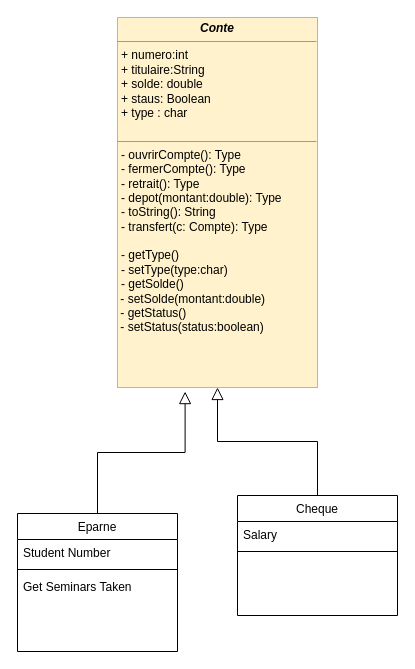
LuisCODS/Banque_Java keeps this draw.io diagram as DEPOT/UML_Banque_Java.drawio. Above is the earlier version. Source tidied: cells renumbered, new cells numbered last; positions are measured from the earlier drawing's top-left corner, leaving out a move shared by most shapes. Both pictures are drawn from the tidied source at 100%, with x=0, y=0 at pixel (17, 17).
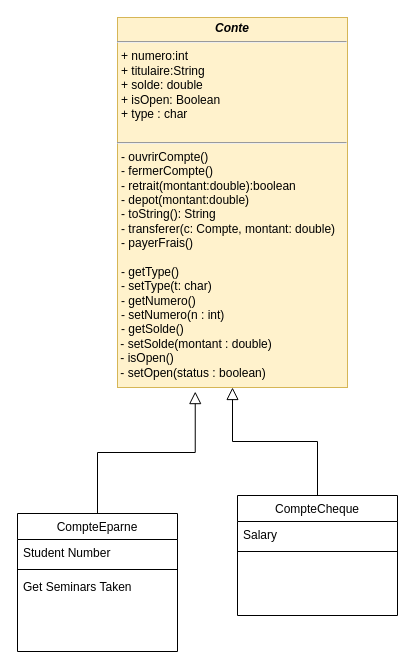
After the change.

Change to the diagram source:
```diff
@@
 <mxGraphModel>
   <root>
     <mxCell id="0" />
     <mxCell id="1" parent="0" />
-    <mxCell id="2" value="Eparne" style="swimlane;fontStyle=0;align=center;verticalAlign=top;horizontal=1;startSize=26;rounded=0;shadow=0;strokeWidth=1;" parent="1" vertex="1">
+    <mxCell id="2" value="CompteEparne" style="swimlane;fontStyle=0;align=center;verticalAlign=top;horizontal=1;startSize=26;rounded=0;shadow=0;strokeWidth=1;" parent="1" vertex="1">
       <mxGeometry y="496" width="160" height="138" as="geometry" />
     </mxCell>
     <mxCell id="3" value="Student Number" style="text;align=left;verticalAlign=top;spacingLeft=4;spacingRight=4;overflow=hidden;" parent="2" vertex="1">
       <mxGeometry y="26" width="160" height="26" as="geometry" />
     </mxCell>
     <mxCell id="4" style="line;html=1;strokeWidth=1;align=left;verticalAlign=middle;spacingTop=-1;spacingLeft=3;spacingRight=3;labelPosition=right;" parent="2" vertex="1">
       <mxGeometry y="52" width="160" height="8" as="geometry" />
     </mxCell>
     <mxCell id="5" value="Get Seminars Taken" style="text;align=left;verticalAlign=top;spacingLeft=4;spacingRight=4;overflow=hidden;" parent="2" vertex="1">
       <mxGeometry y="60" width="160" height="26" as="geometry" />
     </mxCell>
     <mxCell id="6" style="endArrow=block;endSize=10;endFill=0;shadow=0;strokeWidth=1;rounded=0;edgeStyle=elbowEdgeStyle;elbow=vertical;entryX=0.338;entryY=1.011;entryDx=0;entryDy=0;entryPerimeter=0;" parent="1" edge="1" source="2" target="11">
       <mxGeometry relative="1" as="geometry" />
     </mxCell>
-    <mxCell id="7" value="Cheque" style="swimlane;fontStyle=0;align=center;verticalAlign=top;horizontal=1;startSize=26;rounded=0;shadow=0;strokeWidth=1;" parent="1" vertex="1">
+    <mxCell id="7" value="CompteCheque" style="swimlane;fontStyle=0;align=center;verticalAlign=top;horizontal=1;startSize=26;rounded=0;shadow=0;strokeWidth=1;" parent="1" vertex="1">
       <mxGeometry x="220" y="478" width="160" height="120" as="geometry" />
     </mxCell>
     <mxCell id="8" value="Salary" style="text;align=left;verticalAlign=top;spacingLeft=4;spacingRight=4;overflow=hidden;" parent="7" vertex="1">
       <mxGeometry y="26" width="160" height="26" as="geometry" />
     </mxCell>
     <mxCell id="9" style="line;html=1;strokeWidth=1;align=left;verticalAlign=middle;spacingTop=-1;spacingLeft=3;spacingRight=3;labelPosition=right;" parent="7" vertex="1">
       <mxGeometry y="52" width="160" height="8" as="geometry" />
     </mxCell>
     <mxCell id="10" style="endArrow=block;endSize=10;endFill=0;shadow=0;strokeWidth=1;rounded=0;edgeStyle=elbowEdgeStyle;elbow=vertical;" parent="1" edge="1" source="7" target="11">
       <mxGeometry relative="1" as="geometry" />
     </mxCell>
-    <mxCell id="11" value="&lt;p style=&quot;margin:0px;margin-top:4px;text-align:center;&quot;&gt;&lt;i&gt;&lt;b&gt;Conte&lt;/b&gt;&lt;/i&gt;&lt;/p&gt;&lt;hr size=&quot;1&quot;&gt;&lt;p style=&quot;margin:0px;margin-left:4px;&quot;&gt;&lt;span style=&quot;&quot;&gt;&lt;span style=&quot;&quot;&gt;+ numero:int&lt;/span&gt;&lt;/span&gt;&lt;span style=&quot;&quot;&gt;&lt;/span&gt;&lt;/p&gt;&lt;p style=&quot;margin:0px;margin-left:4px;&quot;&gt;&lt;span style=&quot;&quot;&gt;&lt;span style=&quot;&quot;&gt;+ titulaire:String&lt;/span&gt;&lt;/span&gt;&lt;/p&gt;&lt;p style=&quot;margin:0px;margin-left:4px;&quot;&gt;&lt;span style=&quot;&quot;&gt;&lt;span style=&quot;&quot;&gt;+ solde: double&lt;/span&gt;&lt;/span&gt;&lt;/p&gt;&lt;p style=&quot;margin:0px;margin-left:4px;&quot;&gt;&lt;span style=&quot;&quot;&gt;&lt;span style=&quot;&quot;&gt;+ staus: Boolean&lt;/span&gt;&lt;/span&gt;&lt;/p&gt;&lt;p style=&quot;margin:0px;margin-left:4px;&quot;&gt;&lt;span style=&quot;&quot;&gt;&lt;span style=&quot;&quot;&gt;+ type : char&lt;/span&gt;&lt;/span&gt;&lt;span style=&quot;&quot;&gt;&lt;span style=&quot;&quot;&gt;&lt;/span&gt;&lt;/span&gt;&lt;/p&gt;&lt;p style=&quot;margin:0px;margin-left:4px;&quot;&gt;&lt;span style=&quot;&quot;&gt;&lt;span style=&quot;&quot;&gt;&lt;br&gt;&lt;/span&gt;&lt;/span&gt;&lt;span style=&quot;&quot;&gt;&lt;span style=&quot;&quot;&gt;&lt;/span&gt;&lt;/span&gt;&lt;span style=&quot;&quot;&gt;&lt;span style=&quot;&quot;&gt;&lt;/span&gt;&lt;/span&gt;&lt;/p&gt;&lt;p style=&quot;margin:0px;margin-left:4px;&quot;&gt;&lt;span style=&quot;&quot;&gt;&lt;span style=&quot;&quot;&gt; &lt;/span&gt;&lt;/span&gt;&lt;/p&gt;&lt;hr size=&quot;1&quot;&gt;&lt;p style=&quot;margin:0px;margin-left:4px;&quot;&gt;- ouvrirCompte(): Type&lt;/p&gt;&lt;p style=&quot;margin:0px;margin-left:4px;&quot;&gt;- fermerCompte(): Type&lt;/p&gt;&lt;p style=&quot;margin:0px;margin-left:4px;&quot;&gt;- retrait(): Type&lt;/p&gt;&lt;p style=&quot;margin:0px;margin-left:4px;&quot;&gt;- depot(montant:double): Type&lt;/p&gt;&lt;p style=&quot;margin:0px;margin-left:4px;&quot;&gt;- toString(): String&lt;/p&gt;&lt;p style=&quot;margin:0px;margin-left:4px;&quot;&gt;&lt;/p&gt;&lt;p style=&quot;margin:0px;margin-left:4px;&quot;&gt;- transfert(c: Compte): Type&lt;/p&gt;&lt;p style=&quot;margin:0px;margin-left:4px;&quot;&gt;&lt;br&gt;&lt;/p&gt;&lt;p style=&quot;margin:0px;margin-left:4px;&quot;&gt;- getType()&lt;/p&gt;&lt;p style=&quot;margin:0px;margin-left:4px;&quot;&gt;- setType(type:char)&lt;/p&gt;&lt;p style=&quot;margin:0px;margin-left:4px;&quot;&gt;- getSolde()&lt;/p&gt;&lt;div&gt;&amp;nbsp;- setSolde(montant:double)&lt;/div&gt;&lt;div&gt;&amp;nbsp;- getStatus()&lt;/div&gt;&lt;div&gt;&amp;nbsp;- setStatus(status:boolean)&lt;br&gt;&lt;/div&gt;&lt;p style=&quot;margin:0px;margin-left:4px;&quot;&gt;&lt;/p&gt;&lt;p style=&quot;margin:0px;margin-left:4px;&quot;&gt;&lt;/p&gt;&lt;p style=&quot;margin:0px;margin-left:4px;&quot;&gt;&lt;/p&gt;&lt;p style=&quot;margin:0px;margin-left:4px;&quot;&gt;&lt;/p&gt;&lt;p style=&quot;margin:0px;margin-left:4px;&quot;&gt;&lt;/p&gt;" style="verticalAlign=top;align=left;overflow=fill;fontSize=12;fontFamily=Helvetica;html=1;fillColor=#fff2cc;strokeColor=#d6b656;" parent="1" vertex="1">
-      <mxGeometry x="100" width="200" height="370" as="geometry" />
+    <mxCell id="11" value="&lt;p style=&quot;margin: 4px 0px 0px; text-align: center; font-size: 12px;&quot;&gt;&lt;i style=&quot;font-size: 12px;&quot;&gt;&lt;b style=&quot;font-size: 12px;&quot;&gt;Conte&lt;/b&gt;&lt;/i&gt;&lt;/p&gt;&lt;hr style=&quot;font-size: 12px;&quot;&gt;&lt;p style=&quot;margin: 0px 0px 0px 4px; font-size: 12px;&quot;&gt;&lt;span style=&quot;font-size: 12px;&quot;&gt;&lt;span style=&quot;font-size: 12px;&quot;&gt;+ numero:int&lt;/span&gt;&lt;/span&gt;&lt;span style=&quot;font-size: 12px;&quot;&gt;&lt;/span&gt;&lt;/p&gt;&lt;p style=&quot;margin: 0px 0px 0px 4px; font-size: 12px;&quot;&gt;&lt;span style=&quot;font-size: 12px;&quot;&gt;&lt;span style=&quot;font-size: 12px;&quot;&gt;+ titulaire:String&lt;/span&gt;&lt;/span&gt;&lt;/p&gt;&lt;p style=&quot;margin: 0px 0px 0px 4px; font-size: 12px;&quot;&gt;&lt;span style=&quot;font-size: 12px;&quot;&gt;&lt;span style=&quot;font-size: 12px;&quot;&gt;+ solde: double&lt;/span&gt;&lt;/span&gt;&lt;/p&gt;&lt;p style=&quot;margin: 0px 0px 0px 4px; font-size: 12px;&quot;&gt;&lt;span style=&quot;font-size: 12px;&quot;&gt;&lt;span style=&quot;font-size: 12px;&quot;&gt;+ isOpen: Boolean&lt;/span&gt;&lt;/span&gt;&lt;/p&gt;&lt;p style=&quot;margin: 0px 0px 0px 4px; font-size: 12px;&quot;&gt;&lt;span style=&quot;font-size: 12px;&quot;&gt;&lt;span style=&quot;font-size: 12px;&quot;&gt;+ type : char&lt;/span&gt;&lt;/span&gt;&lt;span style=&quot;font-size: 12px;&quot;&gt;&lt;span style=&quot;font-size: 12px;&quot;&gt;&lt;/span&gt;&lt;/span&gt;&lt;/p&gt;&lt;p style=&quot;margin: 0px 0px 0px 4px; font-size: 12px;&quot;&gt;&lt;span style=&quot;font-size: 12px;&quot;&gt;&lt;span style=&quot;font-size: 12px;&quot;&gt;&lt;br style=&quot;font-size: 12px;&quot;&gt;&lt;/span&gt;&lt;/span&gt;&lt;span style=&quot;font-size: 12px;&quot;&gt;&lt;span style=&quot;font-size: 12px;&quot;&gt;&lt;/span&gt;&lt;/span&gt;&lt;span style=&quot;font-size: 12px;&quot;&gt;&lt;span style=&quot;font-size: 12px;&quot;&gt;&lt;/span&gt;&lt;/span&gt;&lt;/p&gt;&lt;p style=&quot;margin: 0px 0px 0px 4px; font-size: 12px;&quot;&gt;&lt;span style=&quot;font-size: 12px;&quot;&gt;&lt;span style=&quot;font-size: 12px;&quot;&gt; &lt;/span&gt;&lt;/span&gt;&lt;/p&gt;&lt;hr style=&quot;font-size: 12px;&quot;&gt;&lt;p style=&quot;margin: 0px 0px 0px 4px; font-size: 12px;&quot;&gt;- ouvrirCompte()&lt;br style=&quot;font-size: 12px;&quot;&gt;&lt;/p&gt;&lt;p style=&quot;margin: 0px 0px 0px 4px; font-size: 12px;&quot;&gt;- fermerCompte()&lt;br style=&quot;font-size: 12px;&quot;&gt;&lt;/p&gt;&lt;p style=&quot;margin: 0px 0px 0px 4px; font-size: 12px;&quot;&gt;- retrait(montant:double):boolean&lt;/p&gt;&lt;p style=&quot;margin: 0px 0px 0px 4px; font-size: 12px;&quot;&gt;- depot(montant:double)&lt;br style=&quot;font-size: 12px;&quot;&gt;&lt;/p&gt;&lt;p style=&quot;margin: 0px 0px 0px 4px; font-size: 12px;&quot;&gt;- toString(): String&lt;/p&gt;&lt;p style=&quot;margin: 0px 0px 0px 4px; font-size: 12px;&quot;&gt;&lt;/p&gt;&lt;p style=&quot;margin: 0px 0px 0px 4px; font-size: 12px;&quot;&gt;- transferer(c: Compte, montant: double)&lt;br style=&quot;font-size: 12px;&quot;&gt;&lt;/p&gt;&lt;p style=&quot;margin: 0px 0px 0px 4px; font-size: 12px;&quot; align=&quot;left&quot;&gt;- payerFrais()&lt;br style=&quot;font-size: 12px;&quot;&gt;&lt;/p&gt;&lt;p style=&quot;margin: 0px 0px 0px 4px; font-size: 12px;&quot;&gt;&lt;br style=&quot;font-size: 12px;&quot;&gt;&lt;/p&gt;&lt;p style=&quot;margin: 0px 0px 0px 4px; font-size: 12px;&quot;&gt;- getType()&lt;/p&gt;&lt;p style=&quot;margin: 0px 0px 0px 4px; font-size: 12px;&quot;&gt;- setType(t: char)&lt;br&gt;&lt;/p&gt;&lt;p style=&quot;margin: 0px 0px 0px 4px; font-size: 12px;&quot;&gt;- getNumero()&lt;/p&gt;&lt;p style=&quot;margin: 0px 0px 0px 4px; font-size: 12px;&quot;&gt;- setNumero(n : int)&lt;br&gt;&lt;/p&gt;&lt;p style=&quot;margin: 0px 0px 0px 4px; font-size: 12px;&quot;&gt;- getSolde()&lt;/p&gt;&lt;div style=&quot;font-size: 12px;&quot;&gt;&amp;nbsp;- setSolde(montant : double)&lt;/div&gt;&lt;div style=&quot;font-size: 12px;&quot;&gt;&amp;nbsp;- isOpen()&lt;/div&gt;&lt;div style=&quot;font-size: 12px;&quot;&gt;&amp;nbsp;- setOpen(status : boolean)&lt;br style=&quot;font-size: 12px;&quot;&gt;&lt;/div&gt;&lt;p style=&quot;margin: 0px 0px 0px 4px; font-size: 12px;&quot;&gt;&lt;/p&gt;&lt;p style=&quot;margin: 0px 0px 0px 4px; font-size: 12px;&quot;&gt;&lt;/p&gt;&lt;p style=&quot;margin: 0px 0px 0px 4px; font-size: 12px;&quot;&gt;&lt;/p&gt;&lt;p style=&quot;margin: 0px 0px 0px 4px; font-size: 12px;&quot;&gt;&lt;/p&gt;&lt;p style=&quot;margin: 0px 0px 0px 4px; font-size: 12px;&quot;&gt;&lt;/p&gt;" style="verticalAlign=top;align=left;overflow=fill;fontSize=12;fontFamily=Helvetica;html=1;fillColor=#fff2cc;strokeColor=#d6b656;" parent="1" vertex="1">
+      <mxGeometry x="100" width="230" height="370" as="geometry" />
     </mxCell>
   </root>
 </mxGraphModel>
```
